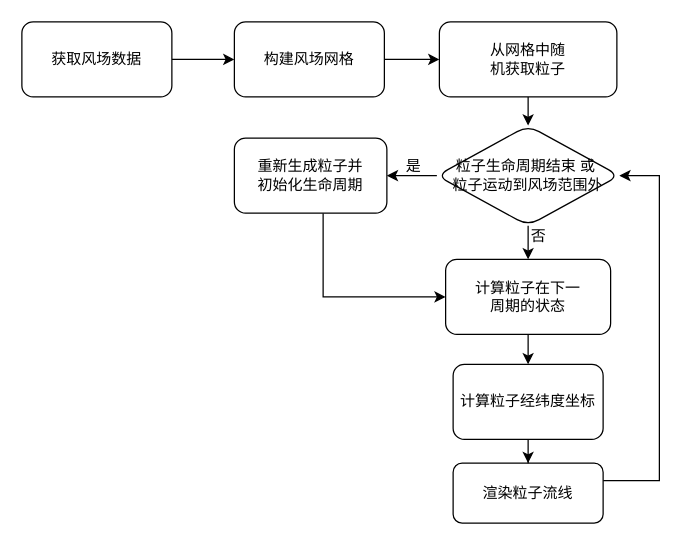
Earlier version of the draw.io diagram particle-draw.drawio (xiangsanliu/drawio). Source tidied: cells renumbered, new cells numbered last; positions are measured from the earlier drawing's top-left corner, leaving out a move shared by most shapes. Both pictures are drawn from the tidied source at 125%, with x=0, y=0 at pixel (21, 21).
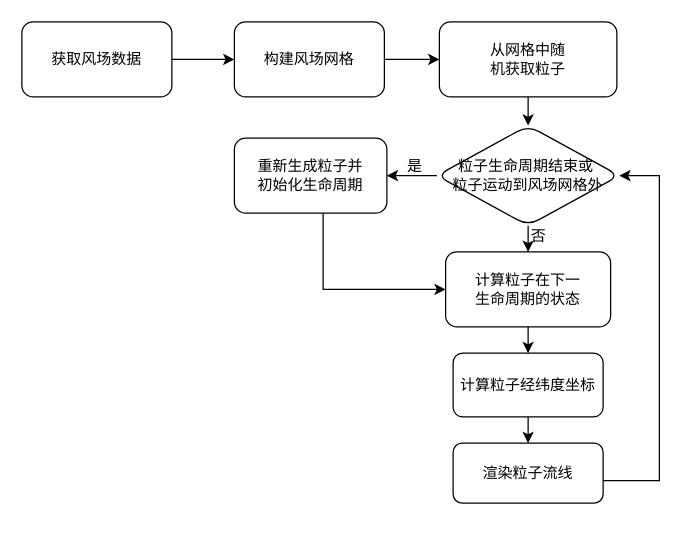
The same diagram, later.

The change refers to these unchanged cells:
```xml
<mxCell id="18" value="重新生成粒子并&lt;br&gt;初始化生命周期" style="whiteSpace=wrap;html=1;rounded=1;" parent="1" vertex="1">
  <mxGeometry x="170" y="93" width="122" height="60" as="geometry" />
</mxCell>
```

The edit, as a diff of the source:
```diff
@@
-    <mxCell id="9" value="计算粒子在下一&lt;br&gt;周期的状态" style="whiteSpace=wrap;html=1;rounded=1;" parent="1" vertex="1">
-      <mxGeometry x="339" y="190" width="132" height="60" as="geometry" />
+    <mxCell id="9" value="计算粒子在下一&lt;br&gt;生命周期的状态" style="whiteSpace=wrap;html=1;rounded=1;" parent="1" vertex="1">
+      <mxGeometry x="339" y="184" width="132" height="60" as="geometry" />
     </mxCell>
@@
     <mxCell id="11" value="&lt;div&gt;计算粒子经纬度坐标&lt;/div&gt;" style="whiteSpace=wrap;html=1;rounded=1;" parent="1" vertex="1">
-      <mxGeometry x="345" y="274" width="120" height="60" as="geometry" />
+      <mxGeometry x="345" y="265" width="120" height="51" as="geometry" />
     </mxCell>
@@
     <mxCell id="13" value="渲染粒子流线" style="whiteSpace=wrap;html=1;rounded=1;" parent="1" vertex="1">
-      <mxGeometry x="345" y="353" width="120" height="48" as="geometry" />
+      <mxGeometry x="345" y="337" width="120" height="48" as="geometry" />
     </mxCell>
@@
-    <mxCell id="16" value="粒子生命周期结束 或&amp;nbsp;&lt;br&gt;&lt;div&gt;粒子运动到风场范围外&lt;/div&gt;" style="rhombus;whiteSpace=wrap;html=1;rounded=1;" parent="1" vertex="1">
+    <mxCell id="16" value="粒子生命周期结束或&amp;nbsp;&lt;br&gt;&lt;div&gt;粒子运动到风场网格外&lt;/div&gt;" style="rhombus;whiteSpace=wrap;html=1;rounded=1;" parent="1" vertex="1">
       <mxGeometry x="332" y="83" width="146" height="80" as="geometry" />
     </mxCell>
     <mxCell id="17" style="edgeStyle=orthogonalEdgeStyle;rounded=0;jettySize=auto;html=1;entryX=0;entryY=0.5;entryDx=0;entryDy=0;" parent="1" edge="1" source="18" target="9">
       <mxGeometry relative="1" as="geometry">
         <Array as="points">
-          <mxPoint x="241" y="220" />
+          <mxPoint x="241" y="214" />
         </Array>
       </mxGeometry>
     </mxCell>
@@
     <mxCell id="20" value="是" style="text;html=1;align=center;verticalAlign=middle;" parent="1" vertex="1">
-      <mxGeometry x="302" y="107" width="22" height="18" as="geometry" />
+      <mxGeometry x="303" y="107" width="22" height="18" as="geometry" />
     </mxCell>
```
